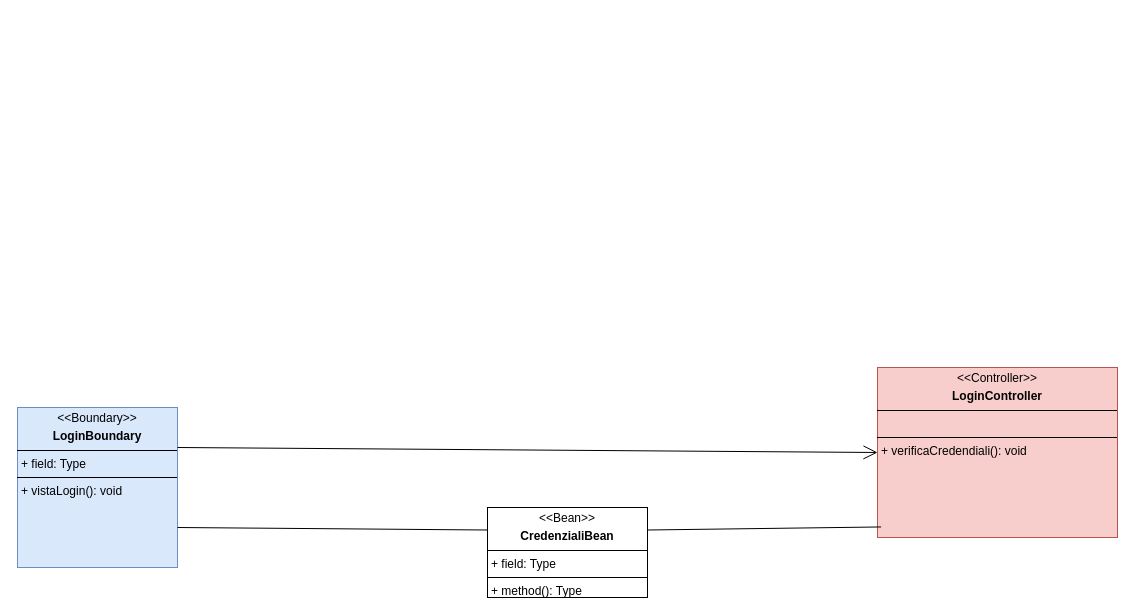
Before: page "VOPC 2" (3 of 3) of Diagrammi Di Classe/MVC - Gestisci Libreria.drawio in Tom-n7/progettoMurakami, a draw.io diagram. Source tidied: cells renumbered, new cells numbered last; positions are measured from the earlier drawing's top-left corner, leaving out a move shared by most shapes. Both pictures are drawn from the tidied source at 100%, with x=0, y=0 at pixel (17, 367).
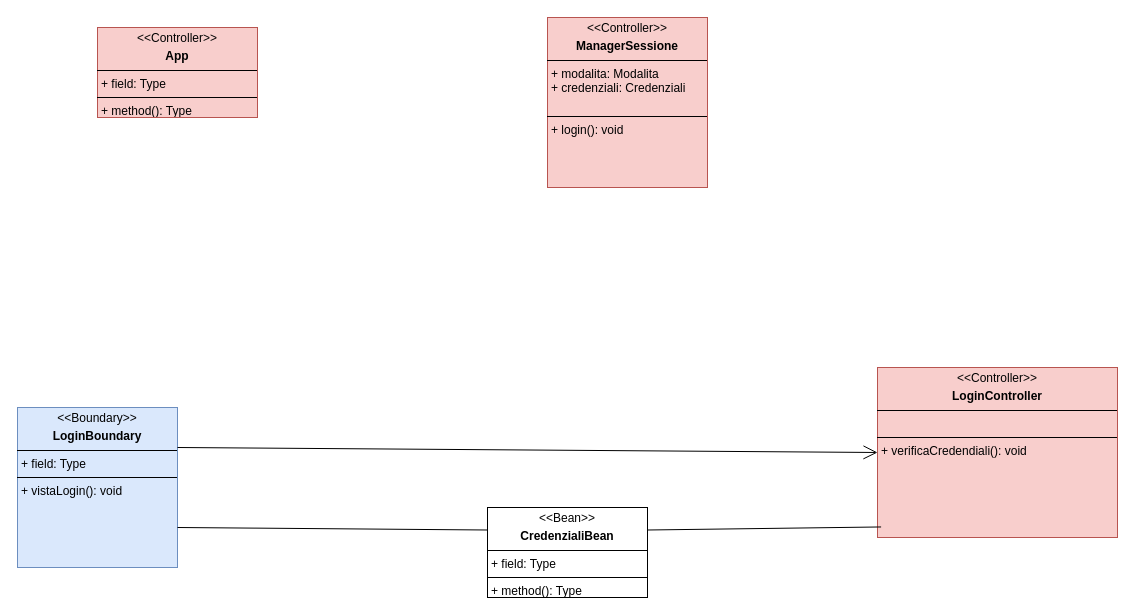
The same page after the edit.

Diff of the diagram source:
```diff
@@
 <mxGraphModel>
   <root>
     <mxCell id="0" />
     <mxCell id="1" parent="0" />
     <mxCell id="2" value="&lt;p style=&quot;margin:0px;margin-top:4px;text-align:center;&quot;&gt;&amp;lt;&amp;lt;Controller&amp;gt;&amp;gt;&lt;/p&gt;&lt;p style=&quot;margin:0px;margin-top:4px;text-align:center;&quot;&gt;&lt;b&gt;LoginController&lt;/b&gt;&lt;/p&gt;&lt;hr size=&quot;1&quot; style=&quot;border-style:solid;&quot;&gt;&lt;p style=&quot;margin:0px;margin-left:4px;&quot;&gt;&lt;br&gt;&lt;/p&gt;&lt;hr size=&quot;1&quot; style=&quot;border-style:solid;&quot;&gt;&lt;p style=&quot;margin:0px;margin-left:4px;&quot;&gt;+ verificaCredendiali(): void&lt;/p&gt;" style="verticalAlign=top;align=left;overflow=fill;html=1;whiteSpace=wrap;fillColor=#f8cecc;strokeColor=#b85450;" parent="1" vertex="1">
       <mxGeometry x="860" width="240" height="170" as="geometry" />
     </mxCell>
     <mxCell id="3" value="&lt;p style=&quot;margin:0px;margin-top:4px;text-align:center;&quot;&gt;&amp;lt;&amp;lt;Boundary&amp;gt;&amp;gt;&lt;/p&gt;&lt;p style=&quot;margin:0px;margin-top:4px;text-align:center;&quot;&gt;&lt;b&gt;LoginBoundary&lt;/b&gt;&lt;/p&gt;&lt;hr size=&quot;1&quot; style=&quot;border-style:solid;&quot;&gt;&lt;p style=&quot;margin:0px;margin-left:4px;&quot;&gt;+ field: Type&lt;/p&gt;&lt;hr size=&quot;1&quot; style=&quot;border-style:solid;&quot;&gt;&lt;p style=&quot;margin:0px;margin-left:4px;&quot;&gt;+ vistaLogin(): void&lt;/p&gt;" style="verticalAlign=top;align=left;overflow=fill;html=1;whiteSpace=wrap;fillColor=#dae8fc;strokeColor=#6c8ebf;" parent="1" vertex="1">
       <mxGeometry y="40" width="160" height="160" as="geometry" />
     </mxCell>
     <mxCell id="4" value="&lt;p style=&quot;margin:0px;margin-top:4px;text-align:center;&quot;&gt;&amp;lt;&amp;lt;Bean&amp;gt;&amp;gt;&lt;/p&gt;&lt;p style=&quot;margin:0px;margin-top:4px;text-align:center;&quot;&gt;&lt;b&gt;CredenzialiBean&lt;/b&gt;&lt;/p&gt;&lt;hr size=&quot;1&quot; style=&quot;border-style:solid;&quot;&gt;&lt;p style=&quot;margin:0px;margin-left:4px;&quot;&gt;+ field: Type&lt;/p&gt;&lt;hr size=&quot;1&quot; style=&quot;border-style:solid;&quot;&gt;&lt;p style=&quot;margin:0px;margin-left:4px;&quot;&gt;+ method(): Type&lt;/p&gt;" style="verticalAlign=top;align=left;overflow=fill;html=1;whiteSpace=wrap;" parent="1" vertex="1">
       <mxGeometry x="470" y="140" width="160" height="90" as="geometry" />
     </mxCell>
     <mxCell id="5" style="endArrow=open;html=1;rounded=0;exitX=1;exitY=0.25;exitDx=0;exitDy=0;entryX=0;entryY=0.5;entryDx=0;entryDy=0;endFill=0;endSize=12;" parent="1" edge="1" source="3" target="2">
       <mxGeometry relative="1" as="geometry" />
     </mxCell>
     <mxCell id="6" style="endArrow=none;html=1;rounded=0;exitX=0;exitY=0.25;exitDx=0;exitDy=0;entryX=1;entryY=0.75;entryDx=0;entryDy=0;" parent="1" edge="1" source="4" target="3">
       <mxGeometry relative="1" as="geometry" />
     </mxCell>
     <mxCell id="7" style="endArrow=none;html=1;rounded=0;exitX=1;exitY=0.25;exitDx=0;exitDy=0;entryX=0.015;entryY=0.938;entryDx=0;entryDy=0;entryPerimeter=0;" parent="1" edge="1" source="4" target="2">
       <mxGeometry relative="1" as="geometry" />
     </mxCell>
+    <mxCell id="8" value="&lt;p style=&quot;margin:0px;margin-top:4px;text-align:center;&quot;&gt;&amp;lt;&amp;lt;Controller&amp;gt;&amp;gt;&lt;/p&gt;&lt;p style=&quot;margin:0px;margin-top:4px;text-align:center;&quot;&gt;&lt;b&gt;App&lt;/b&gt;&lt;/p&gt;&lt;hr size=&quot;1&quot; style=&quot;border-style:solid;&quot;&gt;&lt;p style=&quot;margin:0px;margin-left:4px;&quot;&gt;+ field: Type&lt;/p&gt;&lt;hr size=&quot;1&quot; style=&quot;border-style:solid;&quot;&gt;&lt;p style=&quot;margin:0px;margin-left:4px;&quot;&gt;+ method(): Type&lt;/p&gt;" style="verticalAlign=top;align=left;overflow=fill;html=1;whiteSpace=wrap;fillColor=#f8cecc;strokeColor=#b85450;" parent="1" vertex="1">
+      <mxGeometry x="80" y="-340" width="160" height="90" as="geometry" />
+    </mxCell>
+    <mxCell id="9" value="&lt;p style=&quot;margin:0px;margin-top:4px;text-align:center;&quot;&gt;&amp;lt;&amp;lt;Controller&amp;gt;&amp;gt;&lt;/p&gt;&lt;p style=&quot;margin:0px;margin-top:4px;text-align:center;&quot;&gt;&lt;b&gt;ManagerSessione&lt;/b&gt;&lt;/p&gt;&lt;hr size=&quot;1&quot; style=&quot;border-style:solid;&quot;&gt;&lt;p style=&quot;margin:0px;margin-left:4px;&quot;&gt;+ modalita: Modalita&lt;/p&gt;&lt;p style=&quot;margin:0px;margin-left:4px;&quot;&gt;+ credenziali: Credenziali&lt;/p&gt;&lt;p style=&quot;margin:0px;margin-left:4px;&quot;&gt;&lt;br&gt;&lt;/p&gt;&lt;hr size=&quot;1&quot; style=&quot;border-style:solid;&quot;&gt;&lt;p style=&quot;margin:0px;margin-left:4px;&quot;&gt;+ login(): void&lt;/p&gt;" style="verticalAlign=top;align=left;overflow=fill;html=1;whiteSpace=wrap;fillColor=#f8cecc;strokeColor=#b85450;" parent="1" vertex="1">
+      <mxGeometry x="530" y="-350" width="160" height="170" as="geometry" />
+    </mxCell>
   </root>
 </mxGraphModel>
```
